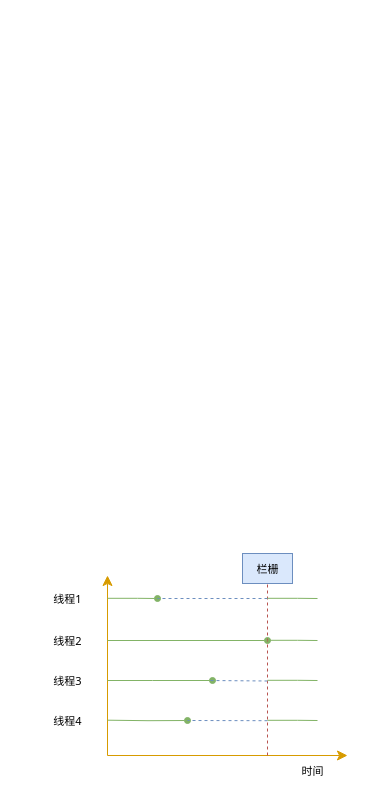
Earlier version of the draw.io diagram page "concurrency" (2 of 2) of huhx-blog.drawio (huhx/huhx_diagram). Source tidied: cells renumbered, new cells numbered last; positions are measured from the earlier drawing's top-left corner, leaving out a move shared by most shapes. Both pictures are drawn from the tidied source at 100%, with x=0, y=0 at pixel (42, 553).
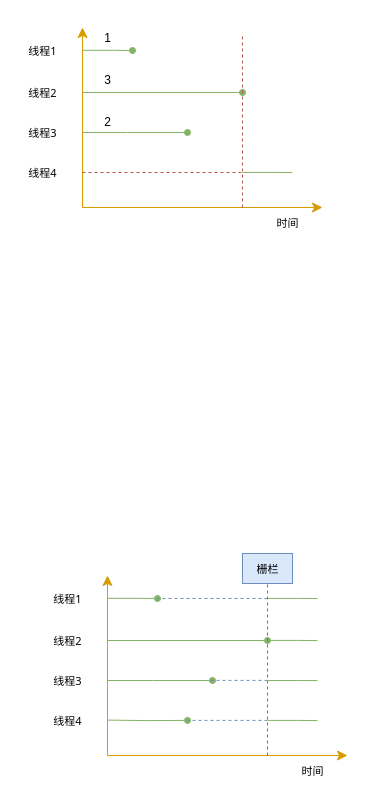
Above is the later version.

Diff of the diagram source:
```diff
@@
     <mxCell id="10" style="edgeStyle=orthogonalEdgeStyle;rounded=0;orthogonalLoop=1;jettySize=auto;html=1;endArrow=oval;endFill=1;fillColor=#d5e8d4;strokeColor=#82b366;" parent="1" edge="1">
       <mxGeometry relative="1" as="geometry">
-        <mxPoint x="65" y="166.7" as="sourcePoint" />
-        <mxPoint x="145" y="167" as="targetPoint" />
+        <mxPoint x="65" y="166.6" as="sourcePoint" />
+        <mxPoint x="145" y="166.9" as="targetPoint" />
       </mxGeometry>
     </mxCell>
@@
-    <mxCell id="12" style="endArrow=none;html=1;rounded=0;dashed=1;fillColor=#f8cecc;strokeColor=#b85450;" parent="1" edge="1">
+    <mxCell id="12" style="endArrow=none;html=1;rounded=0;dashed=1;fillColor=#f8cecc;strokeColor=#b85450;entryX=0.501;entryY=0.983;entryDx=0;entryDy=0;entryPerimeter=0;" parent="1" edge="1" target="20">
       <mxGeometry relative="1" as="geometry">
         <mxPoint x="225" y="202" as="sourcePoint" />
-        <mxPoint x="225" y="22" as="targetPoint" />
       </mxGeometry>
     </mxCell>
@@
-    <mxCell id="14" style="endArrow=none;dashed=1;html=1;rounded=0;fillColor=#dae8fc;strokeColor=#6c8ebf;" parent="1" edge="1">
+    <mxCell id="14" style="endArrow=none;dashed=1;html=1;rounded=0;fillColor=#dae8fc;strokeColor=#6c8ebf;verticalAlign=middle;align=center;" parent="1" edge="1">
       <mxGeometry relative="1" as="geometry">
-        <mxPoint x="225" y="127.5" as="sourcePoint" />
-        <mxPoint x="165" y="127" as="targetPoint" />
+        <mxPoint x="225" y="126.9" as="sourcePoint" />
+        <mxPoint x="165" y="126.9" as="targetPoint" />
       </mxGeometry>
     </mxCell>
     <mxCell id="15" style="endArrow=none;dashed=1;html=1;rounded=0;fillColor=#dae8fc;strokeColor=#6c8ebf;" parent="1" edge="1">
       <mxGeometry relative="1" as="geometry">
-        <mxPoint x="225" y="167.2" as="sourcePoint" />
-        <mxPoint x="145" y="167" as="targetPoint" />
+        <mxPoint x="225" y="166.9" as="sourcePoint" />
+        <mxPoint x="145" y="166.9" as="targetPoint" />
       </mxGeometry>
     </mxCell>
     <mxCell id="16" style="edgeStyle=orthogonalEdgeStyle;rounded=0;orthogonalLoop=1;jettySize=auto;html=1;strokeColor=#82b366;endArrow=none;endFill=0;fillColor=#d5e8d4;" parent="1" edge="1">
       <mxGeometry relative="1" as="geometry">
-        <mxPoint x="225" y="44.8" as="sourcePoint" />
-        <mxPoint x="275" y="45" as="targetPoint" />
+        <mxPoint x="225" y="44.9" as="sourcePoint" />
+        <mxPoint x="275" y="45.1" as="targetPoint" />
         <Array as="points">
-          <mxPoint x="255" y="45" />
+          <mxPoint x="255" y="45.1" />
         </Array>
       </mxGeometry>
     </mxCell>
     <mxCell id="17" style="edgeStyle=orthogonalEdgeStyle;rounded=0;orthogonalLoop=1;jettySize=auto;html=1;strokeColor=#82b366;endArrow=none;endFill=0;fillColor=#d5e8d4;" parent="1" edge="1">
       <mxGeometry relative="1" as="geometry">
-        <mxPoint x="225" y="86.8" as="sourcePoint" />
-        <mxPoint x="275" y="87" as="targetPoint" />
+        <mxPoint x="225" y="86.9" as="sourcePoint" />
+        <mxPoint x="275" y="87.1" as="targetPoint" />
         <Array as="points">
-          <mxPoint x="255" y="87" />
+          <mxPoint x="255" y="87.1" />
         </Array>
       </mxGeometry>
     </mxCell>
     <mxCell id="18" style="edgeStyle=orthogonalEdgeStyle;rounded=0;orthogonalLoop=1;jettySize=auto;html=1;strokeColor=#82b366;endArrow=none;endFill=0;fillColor=#d5e8d4;" parent="1" edge="1">
       <mxGeometry relative="1" as="geometry">
-        <mxPoint x="225" y="166.8" as="sourcePoint" />
-        <mxPoint x="275" y="167" as="targetPoint" />
+        <mxPoint x="225" y="166.9" as="sourcePoint" />
+        <mxPoint x="275" y="167.1" as="targetPoint" />
         <Array as="points">
-          <mxPoint x="255" y="167" />
+          <mxPoint x="255" y="167.1" />
         </Array>
       </mxGeometry>
     </mxCell>
-    <mxCell id="19" style="edgeStyle=orthogonalEdgeStyle;rounded=0;orthogonalLoop=1;jettySize=auto;html=1;strokeColor=#82b366;endArrow=none;endFill=0;fillColor=#d5e8d4;" parent="1" edge="1">
+    <mxCell id="19" style="edgeStyle=orthogonalEdgeStyle;rounded=0;orthogonalLoop=1;jettySize=auto;html=1;strokeColor=#82b366;endArrow=none;endFill=0;fillColor=#d5e8d4;verticalAlign=middle;align=center;" parent="1" edge="1">
       <mxGeometry relative="1" as="geometry">
-        <mxPoint x="225" y="126.8" as="sourcePoint" />
-        <mxPoint x="275" y="127" as="targetPoint" />
+        <mxPoint x="225" y="127" as="sourcePoint" />
+        <mxPoint x="275" y="127.1" as="targetPoint" />
         <Array as="points">
           <mxPoint x="255" y="127" />
         </Array>
       </mxGeometry>
     </mxCell>
-    <mxCell id="20" value="栏栅" style="text;html=1;align=center;verticalAlign=middle;points=[];strokeColor=#6c8ebf;fillColor=#dae8fc;fontSize=11;fontFamily=Tahoma;" parent="1" vertex="1">
+    <mxCell id="20" value="栅栏" style="text;html=1;align=center;verticalAlign=middle;points=[];strokeColor=#6c8ebf;fillColor=#dae8fc;fontSize=11;fontFamily=Tahoma;" parent="1" vertex="1">
       <mxGeometry x="200" width="50" height="30" as="geometry" />
     </mxCell>
+    <mxCell id="21" style="edgeStyle=segmentEdgeStyle;endArrow=classic;html=1;curved=0;rounded=0;endSize=8;startSize=8;startArrow=classic;startFill=1;fillColor=#ffe6cc;strokeColor=#d79b00;" parent="1" edge="1">
+      <mxGeometry relative="1" as="geometry">
+        <mxPoint x="280" y="-346" as="sourcePoint" />
+        <mxPoint x="40" y="-526" as="targetPoint" />
+        <Array as="points">
+          <mxPoint x="280" y="-346" />
+          <mxPoint x="40" y="-346" />
+        </Array>
+      </mxGeometry>
+    </mxCell>
+    <mxCell id="22" value="时间" style="text;html=1;align=center;verticalAlign=middle;strokeColor=none;fillColor=none;fontSize=11;fontFamily=Tahoma;" parent="1" vertex="1">
+      <mxGeometry x="220" y="-346" width="50" height="30" as="geometry" />
+    </mxCell>
+    <mxCell id="23" style="edgeStyle=orthogonalEdgeStyle;rounded=0;orthogonalLoop=1;jettySize=auto;html=1;strokeColor=#82b366;endArrow=oval;endFill=1;fillColor=#d5e8d4;" parent="1" edge="1">
+      <mxGeometry relative="1" as="geometry">
+        <mxPoint x="40" y="-503.2" as="sourcePoint" />
+        <mxPoint x="90" y="-503" as="targetPoint" />
+        <Array as="points">
+          <mxPoint x="70" y="-503" />
+        </Array>
+      </mxGeometry>
+    </mxCell>
+    <mxCell id="24" value="线程1" style="text;html=1;align=center;verticalAlign=middle;strokeColor=none;fillColor=none;fontFamily=Tahoma;fontSize=11;" parent="1" vertex="1">
+      <mxGeometry x="-25" y="-518" width="50" height="30" as="geometry" />
+    </mxCell>
+    <mxCell id="25" style="edgeStyle=orthogonalEdgeStyle;rounded=0;orthogonalLoop=1;jettySize=auto;html=1;endArrow=oval;endFill=1;fillColor=#d5e8d4;strokeColor=#82b366;" parent="1" edge="1">
+      <mxGeometry relative="1" as="geometry">
+        <mxPoint x="40" y="-461" as="sourcePoint" />
+        <mxPoint x="200" y="-461" as="targetPoint" />
+      </mxGeometry>
+    </mxCell>
+    <mxCell id="26" value="线程2" style="text;html=1;align=center;verticalAlign=middle;strokeColor=none;fillColor=none;fontSize=11;fontFamily=Tahoma;" parent="1" vertex="1">
+      <mxGeometry x="-25" y="-476" width="50" height="30" as="geometry" />
+    </mxCell>
+    <mxCell id="27" style="edgeStyle=orthogonalEdgeStyle;rounded=0;orthogonalLoop=1;jettySize=auto;html=1;endArrow=oval;endFill=1;fillColor=#d5e8d4;strokeColor=#82b366;" parent="1" edge="1">
+      <mxGeometry relative="1" as="geometry">
+        <mxPoint x="40" y="-421" as="sourcePoint" />
+        <mxPoint x="145" y="-421" as="targetPoint" />
+        <Array as="points">
+          <mxPoint x="85" y="-421" />
+          <mxPoint x="85" y="-421" />
+        </Array>
+      </mxGeometry>
+    </mxCell>
+    <mxCell id="28" value="线程3" style="text;html=1;align=center;verticalAlign=middle;strokeColor=none;fillColor=none;fontSize=11;fontFamily=Tahoma;" parent="1" vertex="1">
+      <mxGeometry x="-25" y="-436" width="50" height="30" as="geometry" />
+    </mxCell>
+    <mxCell id="29" style="edgeStyle=orthogonalEdgeStyle;rounded=0;orthogonalLoop=1;jettySize=auto;html=1;startArrow=none;startFill=0;endArrow=none;endFill=0;dashed=1;fillColor=#f8cecc;strokeColor=#b85450;" parent="1" edge="1">
+      <mxGeometry relative="1" as="geometry">
+        <mxPoint x="40" y="-381" as="sourcePoint" />
+        <mxPoint x="205" y="-381" as="targetPoint" />
+        <Array as="points">
+          <mxPoint x="200" y="-381.1" />
+        </Array>
+      </mxGeometry>
+    </mxCell>
+    <mxCell id="30" value="线程4" style="text;html=1;align=center;verticalAlign=middle;strokeColor=none;fillColor=none;fontSize=11;fontFamily=Tahoma;" parent="1" vertex="1">
+      <mxGeometry x="-25" y="-396" width="50" height="30" as="geometry" />
+    </mxCell>
+    <mxCell id="31" style="endArrow=none;html=1;rounded=0;dashed=1;fillColor=#f8cecc;strokeColor=#b85450;entryX=0.501;entryY=0.983;entryDx=0;entryDy=0;entryPerimeter=0;" parent="1" edge="1">
+      <mxGeometry relative="1" as="geometry">
+        <mxPoint x="200" y="-346" as="sourcePoint" />
+        <mxPoint x="200" y="-518.5" as="targetPoint" />
+      </mxGeometry>
+    </mxCell>
+    <mxCell id="32" style="edgeStyle=orthogonalEdgeStyle;rounded=0;orthogonalLoop=1;jettySize=auto;html=1;strokeColor=#82b366;endArrow=none;endFill=0;fillColor=#d5e8d4;" parent="1" edge="1">
+      <mxGeometry relative="1" as="geometry">
+        <mxPoint x="200" y="-381.1" as="sourcePoint" />
+        <mxPoint x="250" y="-380.9" as="targetPoint" />
+        <Array as="points">
+          <mxPoint x="230" y="-380.9" />
+        </Array>
+      </mxGeometry>
+    </mxCell>
+    <mxCell id="33" value="1" style="text;html=1;align=center;verticalAlign=middle;strokeColor=none;fillColor=none;" parent="1" vertex="1">
+      <mxGeometry x="50" y="-530" width="30" height="30" as="geometry" />
+    </mxCell>
+    <mxCell id="34" value="2" style="text;html=1;align=center;verticalAlign=middle;strokeColor=none;fillColor=none;" parent="1" vertex="1">
+      <mxGeometry x="50" y="-446" width="30" height="30" as="geometry" />
+    </mxCell>
+    <mxCell id="35" value="3" style="text;html=1;align=center;verticalAlign=middle;strokeColor=none;fillColor=none;" parent="1" vertex="1">
+      <mxGeometry x="50" y="-488" width="30" height="30" as="geometry" />
+    </mxCell>
```
